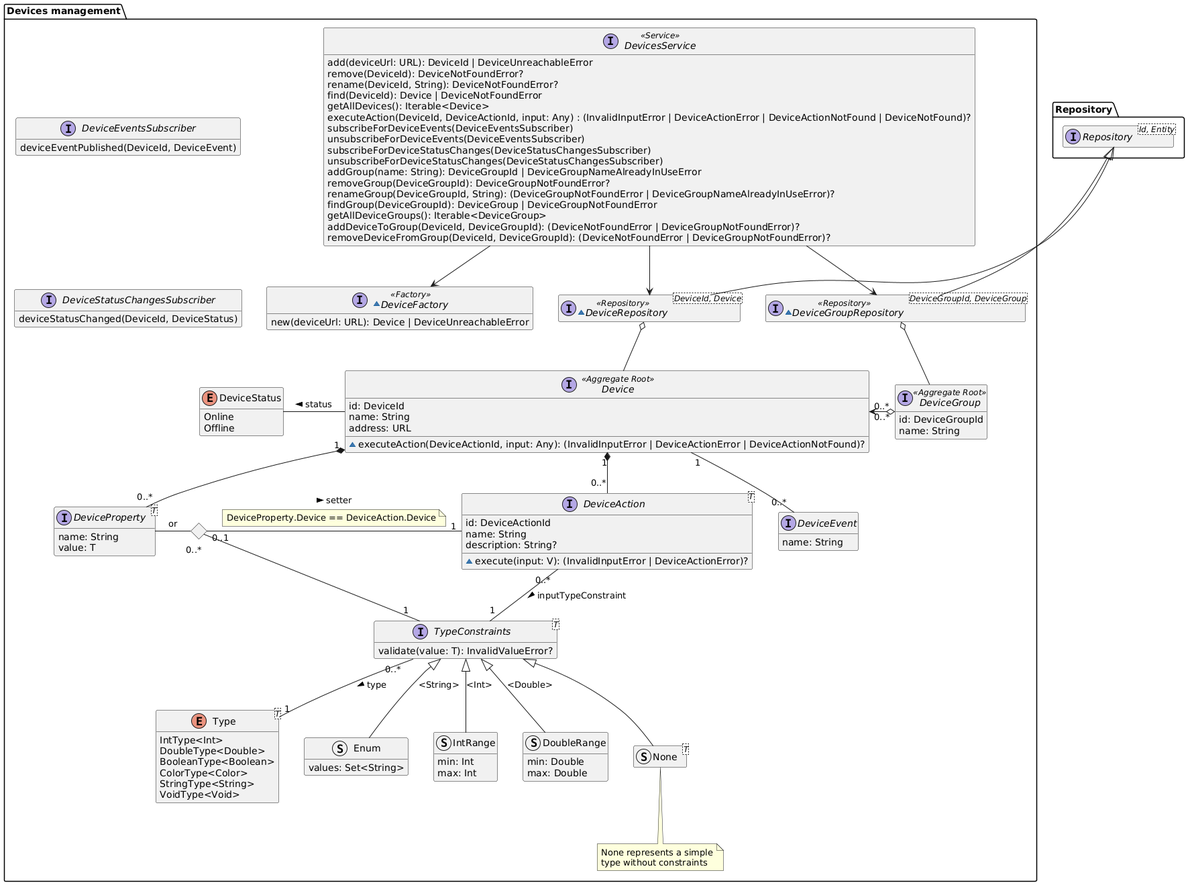
The PlantUML diagram diagrams/generated/devices-management-domain-model.png in DomoticASW/.github, before a commit.
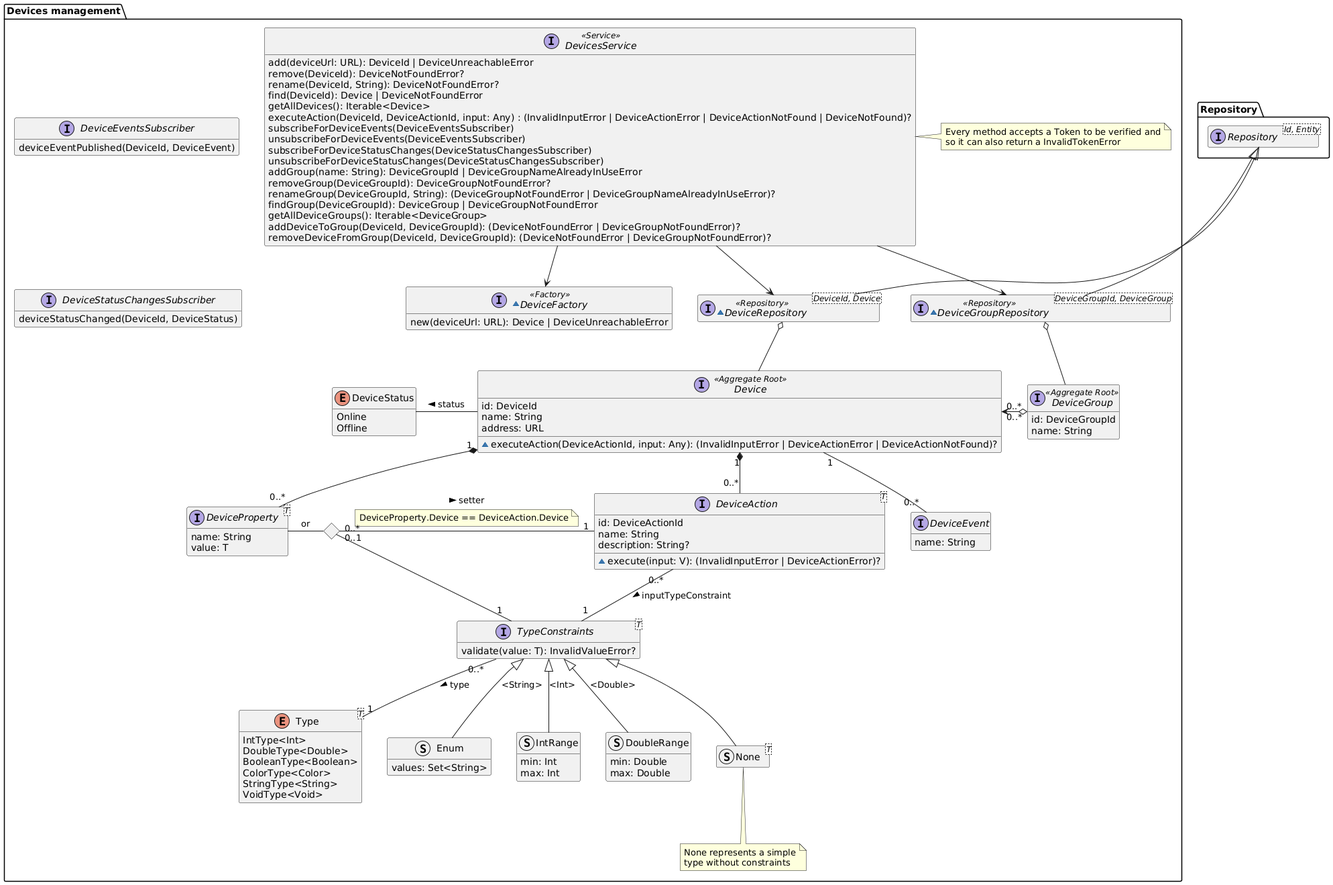
The same file after the commit.

Commit message:
add note about tokens in devices domain model diagram

The edit, as a diff of the source:
```diff
@@ -107,6 +107,11 @@
         removeDeviceFromGroup(DeviceId, DeviceGroupId): (DeviceNotFoundError | DeviceGroupNotFoundError)?
     }
 
+    note right of DevicesService
+        Every method accepts a Token to be verified and
+        so it can also return a InvalidTokenError
+    end note
+
     ~interface DeviceFactory <<Factory>> {
         new(deviceUrl: URL): Device | DeviceUnreachableError
     }
```
